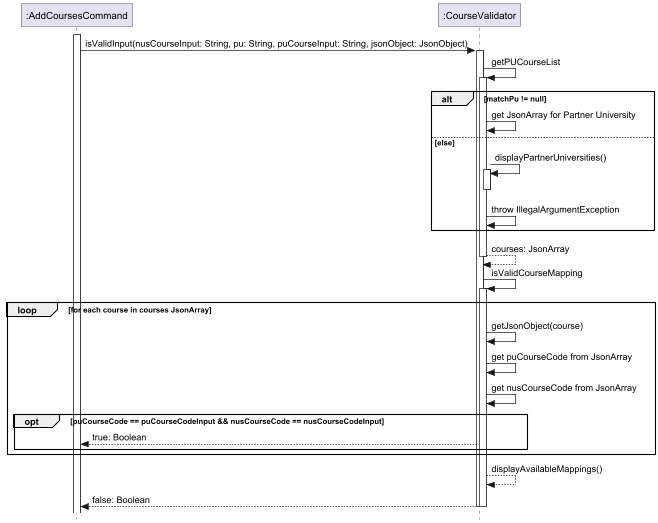
nus-cs2113-AY2425S1/tp keeps this PlantUML diagram as docs/images/CourseValidator.png. Above is the earlier version. Source of this version:
```plantuml
@startuml
hide footbox
!include .SequenceDiagram.config
participant ":AddCoursesCommand" as AddCoursesCommand
participant ":CourseValidator" as CourseValidator

activate AddCoursesCommand

AddCoursesCommand -> CourseValidator:isValidInput(nusCourseInput: String, pu: String, puCourseInput: String, jsonObject: JsonObject)
activate CourseValidator

CourseValidator -> CourseValidator:getPUCourseList
activate CourseValidator

alt matchPu != null
CourseValidator -> CourseValidator: get JsonArray for Partner University
else else
CourseValidator -> CourseValidator:displayPartnerUniversities()
activate CourseValidator
deactivate
CourseValidator -> CourseValidator: throw IllegalArgumentException
end
return courses: JsonArray


CourseValidator -> CourseValidator: isValidCourseMapping
activate CourseValidator


loop for each course in courses JsonArray
CourseValidator -> CourseValidator:getJsonObject(course)
CourseValidator -> CourseValidator:get puCourseCode from JsonArray
CourseValidator -> CourseValidator:get nusCourseCode from JsonArray

opt puCourseCode == puCourseCodeInput && nusCourseCode == nusCourseCodeInput
    CourseValidator --> AddCoursesCommand: true: Boolean
end

end
  CourseValidator --> CourseValidator: displayAvailableMappings()
  CourseValidator --> AddCoursesCommand: false: Boolean
deactivate

deactivate
@enduml
```
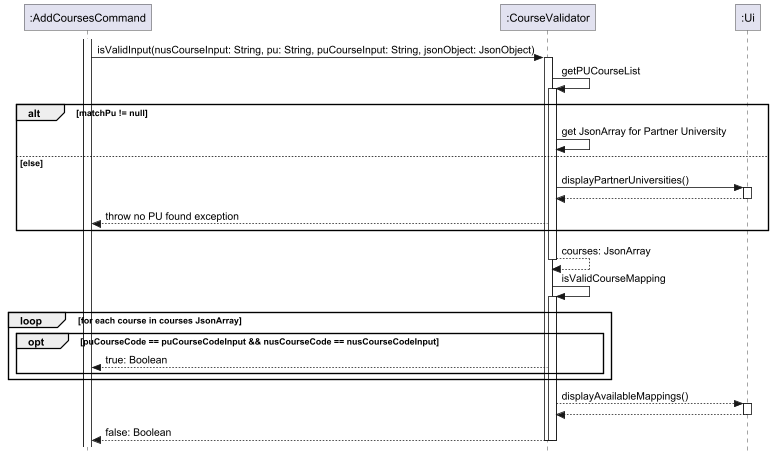
The same file after the commit.

Commit message:
Update CourseValidator and AddCoursesCommand class diagrams

Diff of the diagram source:
```diff
@@ -3,6 +3,7 @@
 !include .SequenceDiagram.config
 participant ":AddCoursesCommand" as AddCoursesCommand
 participant ":CourseValidator" as CourseValidator
+participant ":Ui" as Ui
 
 activate AddCoursesCommand
 
@@ -15,10 +16,11 @@
 alt matchPu != null
 CourseValidator -> CourseValidator: get JsonArray for Partner University
 else else
-CourseValidator -> CourseValidator:displayPartnerUniversities()
-activate CourseValidator
+CourseValidator -> Ui:displayPartnerUniversities()
+activate Ui
+Ui --> CourseValidator
 deactivate
-CourseValidator -> CourseValidator: throw IllegalArgumentException
+CourseValidator --> AddCoursesCommand: throw no PU found exception
 end
 return courses: JsonArray
 
@@ -28,16 +30,16 @@
 
 
 loop for each course in courses JsonArray
-CourseValidator -> CourseValidator:getJsonObject(course)
-CourseValidator -> CourseValidator:get puCourseCode from JsonArray
-CourseValidator -> CourseValidator:get nusCourseCode from JsonArray
 
 opt puCourseCode == puCourseCodeInput && nusCourseCode == nusCourseCodeInput
     CourseValidator --> AddCoursesCommand: true: Boolean
 end
 
 end
-  CourseValidator --> CourseValidator: displayAvailableMappings()
+  CourseValidator --> Ui: displayAvailableMappings()
+  activate Ui
+  Ui --> CourseValidator
+  deactivate
   CourseValidator --> AddCoursesCommand: false: Boolean
 deactivate
 
```
